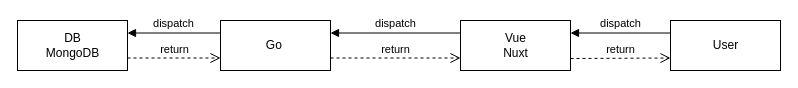
This is doku/ComponentDiagram.drawio from seiemens/snpt, a draw.io file, before an edit. Source tidied: cells renumbered, new cells numbered last; positions are measured from the earlier drawing's top-left corner, leaving out a move shared by most shapes. Both pictures are drawn from the tidied source at 100%, with x=0, y=0 at pixel (17, 20).
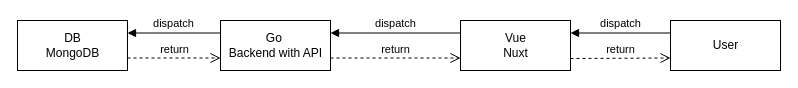
The same page after the edit.

Commit message (it also covers changes not shown here):
Specified User description

Change to the diagram source:
```diff
@@
 <mxGraphModel>
   <root>
     <mxCell id="0" />
     <mxCell id="1" parent="0" />
     <mxCell id="2" value="User" style="html=1;" parent="1" vertex="1">
       <mxGeometry x="653" width="110" height="50" as="geometry" />
     </mxCell>
     <mxCell id="3" value="Vue&lt;br&gt;Nuxt" style="html=1;" parent="1" vertex="1">
       <mxGeometry x="443" width="110" height="50" as="geometry" />
     </mxCell>
-    <mxCell id="4" value="Go&amp;nbsp;" style="html=1;" parent="1" vertex="1">
+    <mxCell id="4" value="Go&amp;nbsp;&lt;br&gt;Backend with API" style="html=1;" parent="1" vertex="1">
       <mxGeometry x="203" width="110" height="50" as="geometry" />
     </mxCell>
     <mxCell id="5" value="DB&lt;br&gt;MongoDB" style="html=1;" parent="1" vertex="1">
       <mxGeometry width="110" height="50" as="geometry" />
     </mxCell>
     <mxCell id="6" value="dispatch" style="html=1;verticalAlign=bottom;endArrow=block;rounded=0;exitX=0;exitY=0.25;exitDx=0;exitDy=0;entryX=1;entryY=0.25;entryDx=0;entryDy=0;" parent="1" edge="1" source="4" target="5">
       <mxGeometry relative="1" as="geometry" />
     </mxCell>
     <mxCell id="7" value="return" style="html=1;verticalAlign=bottom;endArrow=open;dashed=1;endSize=8;rounded=0;entryX=0;entryY=0.75;entryDx=0;entryDy=0;exitX=1;exitY=0.75;exitDx=0;exitDy=0;" parent="1" edge="1" source="5" target="4">
       <mxGeometry relative="1" as="geometry" />
     </mxCell>
     <mxCell id="8" value="dispatch" style="html=1;verticalAlign=bottom;endArrow=block;rounded=0;exitX=0;exitY=0.25;exitDx=0;exitDy=0;entryX=1;entryY=0.25;entryDx=0;entryDy=0;" parent="1" edge="1" source="3" target="4">
       <mxGeometry relative="1" as="geometry" />
     </mxCell>
     <mxCell id="9" value="return" style="html=1;verticalAlign=bottom;endArrow=open;dashed=1;endSize=8;rounded=0;entryX=0;entryY=0.75;entryDx=0;entryDy=0;exitX=1;exitY=0.75;exitDx=0;exitDy=0;" parent="1" edge="1" source="4" target="3">
       <mxGeometry relative="1" as="geometry" />
     </mxCell>
     <mxCell id="10" value="return" style="html=1;verticalAlign=bottom;endArrow=open;dashed=1;endSize=8;rounded=0;entryX=0;entryY=0.75;entryDx=0;entryDy=0;" parent="1" edge="1" target="2">
       <mxGeometry relative="1" as="geometry">
         <mxPoint x="553" y="38" as="sourcePoint" />
       </mxGeometry>
     </mxCell>
     <mxCell id="11" value="dispatch" style="html=1;verticalAlign=bottom;endArrow=block;rounded=0;exitX=0;exitY=0.25;exitDx=0;exitDy=0;entryX=1;entryY=0.25;entryDx=0;entryDy=0;" parent="1" edge="1" source="2" target="3">
       <mxGeometry relative="1" as="geometry" />
     </mxCell>
   </root>
 </mxGraphModel>
```
